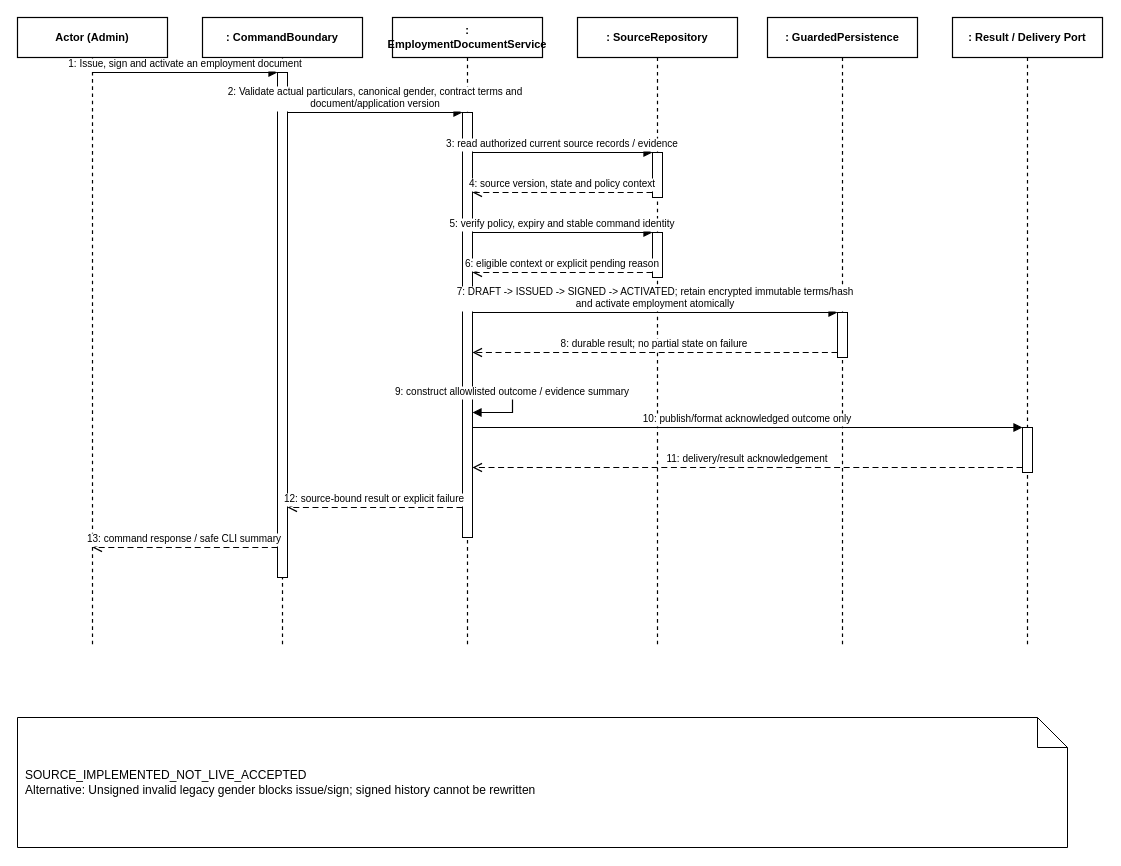
Above: doc/reports/report4/sequence/emp-02.drawio in ngocthanhhx7/SEP490_G101_FALL2026 (draw.io), before the change. Source tidied: cells renumbered, new cells numbered last; positions are measured from the earlier drawing's top-left corner, leaving out a move shared by most shapes. Both pictures are drawn from the tidied source at 100%, with x=0, y=0 at pixel (17, 17).
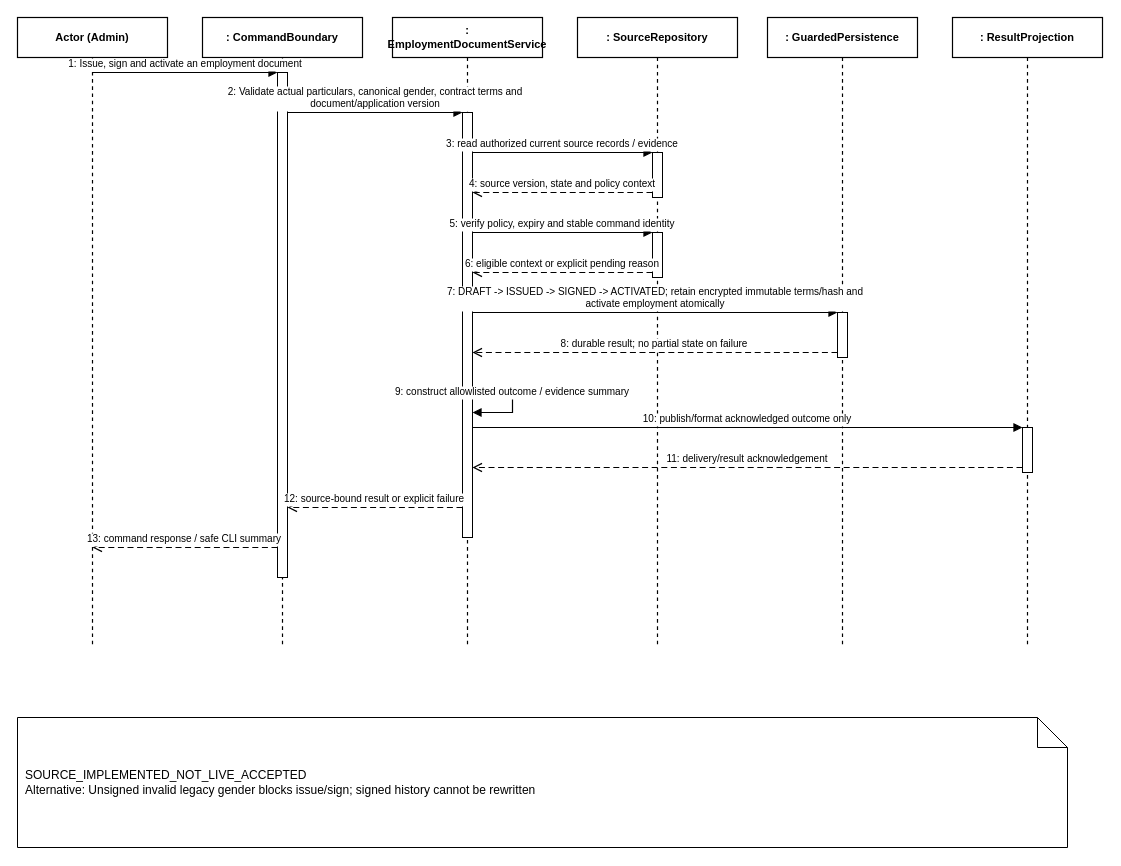
The same diagram, later.

What changed in the source:
```diff
@@
-    <mxCell id="7" value=": Result / Delivery Port" style="shape=umlLifeline;perimeter=lifelinePerimeter;whiteSpace=wrap;html=0;size=40;fillColor=#FFFFFF;strokeColor=#000000;strokeWidth=1.2;fontStyle=1;fontSize=11;align=center;" parent="1" vertex="1">
+    <mxCell id="7" value=": ResultProjection" style="shape=umlLifeline;perimeter=lifelinePerimeter;whiteSpace=wrap;html=0;size=40;fillColor=#FFFFFF;strokeColor=#000000;strokeWidth=1.2;fontStyle=1;fontSize=11;align=center;" parent="1" vertex="1">
       <mxGeometry x="935" width="150" height="630" as="geometry" />
     </mxCell>
@@
-    <mxCell id="20" value="7: DRAFT -&gt; ISSUED -&gt; SIGNED -&gt; ACTIVATED; retain encrypted immutable terms/hash&#10;and activate employment atomically" style="html=0;verticalAlign=bottom;endArrow=block;endFill=1;strokeColor=#000000;strokeWidth=1.2;fontSize=10;fontColor=#000000;edgeStyle=orthogonalEdgeStyle;rounded=0;" parent="1" edge="1">
+    <mxCell id="20" value="7: DRAFT -&gt; ISSUED -&gt; SIGNED -&gt; ACTIVATED; retain encrypted immutable terms/hash and&#10;activate employment atomically" style="html=0;verticalAlign=bottom;endArrow=block;endFill=1;strokeColor=#000000;strokeWidth=1.2;fontSize=10;fontColor=#000000;edgeStyle=orthogonalEdgeStyle;rounded=0;" parent="1" edge="1">
       <mxGeometry relative="1" as="geometry">
         <mxPoint x="455" y="295" as="sourcePoint" />
         <mxPoint x="820" y="295" as="targetPoint" />
       </mxGeometry>
     </mxCell>
```
